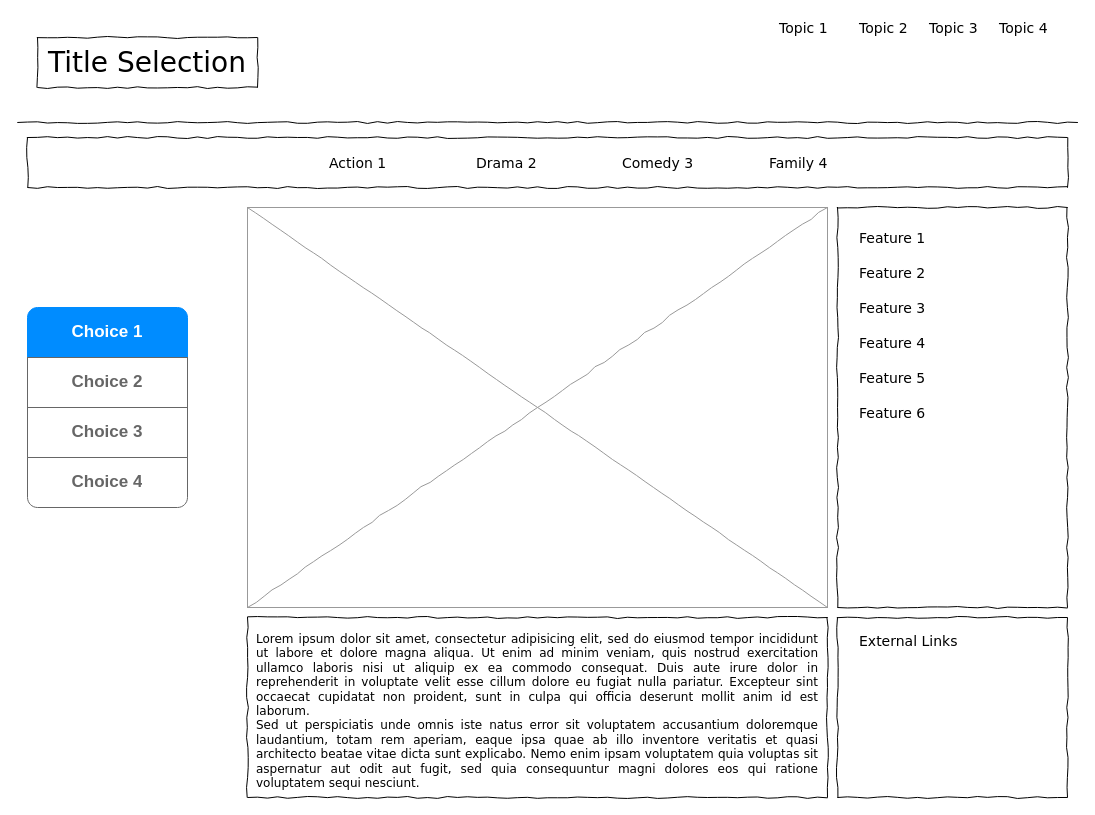
20MILLEGL/git-clone-https-github.com-scotch-io-scotch-box.git-my-project keeps this draw.io diagram as Untitled Diagram.drawio. Above is the earlier version. Source tidied: cells renumbered, new cells numbered last; positions are measured from the earlier drawing's top-left corner, leaving out a move shared by most shapes. Both pictures are drawn from the tidied source at 100%, with x=0, y=0 at pixel (17, 17).
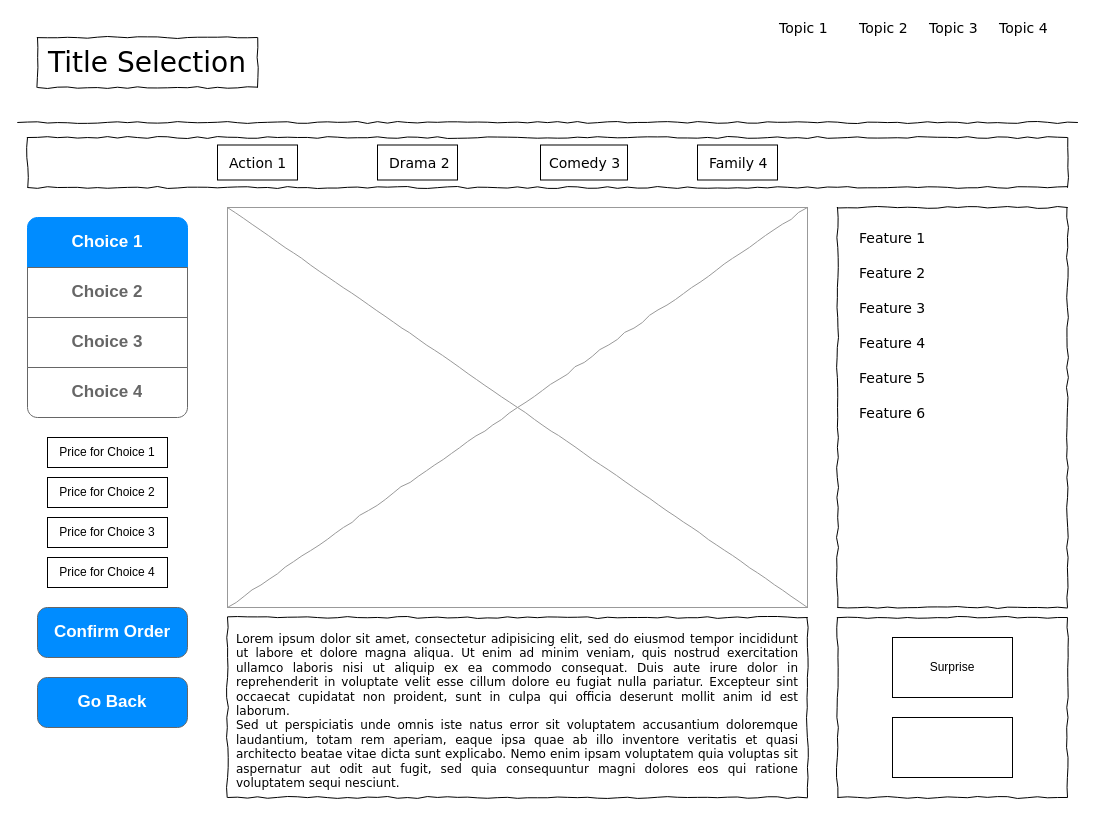
The same diagram, later.

Diff of the diagram source:
```diff
@@
-    <mxCell id="9" value="Action 1" style="text;html=1;align=left;verticalAlign=top;spacingTop=-4;fontSize=14;fontFamily=Verdana;" parent="1" vertex="1">
-      <mxGeometry x="310" y="135" width="60" height="20" as="geometry" />
-    </mxCell>
-    <mxCell id="10" value="Drama 2" style="text;html=1;align=left;verticalAlign=top;spacingTop=-4;fontSize=14;fontFamily=Verdana;" parent="1" vertex="1">
-      <mxGeometry x="457" y="135" width="60" height="20" as="geometry" />
-    </mxCell>
-    <mxCell id="11" value="Comedy 3" style="text;html=1;align=left;verticalAlign=top;spacingTop=-4;fontSize=14;fontFamily=Verdana;" parent="1" vertex="1">
-      <mxGeometry x="603" y="135" width="60" height="20" as="geometry" />
-    </mxCell>
-    <mxCell id="12" value="Family 4" style="text;html=1;align=left;verticalAlign=top;spacingTop=-4;fontSize=14;fontFamily=Verdana;" parent="1" vertex="1">
-      <mxGeometry x="750" y="135" width="60" height="20" as="geometry" />
-    </mxCell>
     <mxCell id="13" value="&lt;div style=&quot;text-align: justify&quot;&gt;&lt;span&gt;Lorem ipsum dolor sit amet, consectetur adipisicing elit, sed do eiusmod tempor incididunt ut labore et dolore magna aliqua. Ut enim ad minim veniam, quis nostrud exercitation ullamco laboris nisi ut aliquip ex ea commodo consequat. Duis aute irure dolor in reprehenderit in voluptate velit esse cillum dolore eu fugiat nulla pariatur. Excepteur sint occaecat cupidatat non proident, sunt in culpa qui officia deserunt mollit anim id est laborum.&lt;/span&gt;&lt;/div&gt;&lt;div style=&quot;text-align: justify&quot;&gt;&lt;span&gt;Sed ut perspiciatis unde omnis iste natus error sit voluptatem accusantium doloremque laudantium, totam rem aperiam, eaque ipsa quae ab illo inventore veritatis et quasi architecto beatae vitae dicta sunt explicabo. Nemo enim ipsam voluptatem quia voluptas sit aspernatur aut odit aut fugit, sed quia consequuntur magni dolores eos qui ratione voluptatem sequi nesciunt.&amp;nbsp;&lt;/span&gt;&lt;/div&gt;" style="whiteSpace=wrap;html=1;rounded=0;shadow=0;labelBackgroundColor=none;strokeWidth=1;fillColor=none;fontFamily=Verdana;fontSize=12;align=center;verticalAlign=top;spacing=10;comic=1;" parent="1" vertex="1">
-      <mxGeometry x="230" y="600" width="580" height="180" as="geometry" />
+      <mxGeometry x="210" y="600" width="580" height="180" as="geometry" />
     </mxCell>
     <mxCell id="14" style="verticalLabelPosition=bottom;shadow=0;dashed=0;align=center;html=1;verticalAlign=top;strokeWidth=1;shape=mxgraph.mockup.graphics.simpleIcon;strokeColor=#999999;rounded=0;labelBackgroundColor=none;fontFamily=Verdana;fontSize=14;fontColor=#000000;comic=1;" parent="1" vertex="1">
-      <mxGeometry x="230" y="190" width="580" height="400" as="geometry" />
+      <mxGeometry x="210" y="190" width="580" height="400" as="geometry" />
     </mxCell>
@@
-    <mxCell id="17" value="External Links" style="text;html=1;align=left;verticalAlign=top;spacingTop=-4;fontSize=14;fontFamily=Verdana;" parent="1" vertex="1">
-      <mxGeometry x="840" y="613" width="170" height="20" as="geometry" />
-    </mxCell>
@@
     <mxCell id="24" style="swimlane;shape=mxgraph.bootstrap.anchor;strokeColor=#666666;fillColor=#ffffff;fontColor=#666666;fontStyle=0;horizontal=1;startSize=0;whiteSpace=wrap;html=1;" parent="1" vertex="1">
-      <mxGeometry x="10" y="290" width="160" height="200" as="geometry" />
+      <mxGeometry x="10" y="200" width="160" height="200" as="geometry" />
     </mxCell>
@@
+    <mxCell id="29" value="Price for Choice 1" style="rounded=0;whiteSpace=wrap;html=1;" parent="1" vertex="1">
+      <mxGeometry x="30" y="420" width="120" height="30" as="geometry" />
+    </mxCell>
+    <mxCell id="30" value="Price for Choice 2" style="rounded=0;whiteSpace=wrap;html=1;" parent="1" vertex="1">
+      <mxGeometry x="30" y="460" width="120" height="30" as="geometry" />
+    </mxCell>
+    <mxCell id="31" value="Price for Choice 3" style="rounded=0;whiteSpace=wrap;html=1;" parent="1" vertex="1">
+      <mxGeometry x="30" y="500" width="120" height="30" as="geometry" />
+    </mxCell>
+    <mxCell id="32" value="Price for Choice 4" style="rounded=0;whiteSpace=wrap;html=1;" parent="1" vertex="1">
+      <mxGeometry x="30" y="540" width="120" height="30" as="geometry" />
+    </mxCell>
+    <mxCell id="33" style="rounded=0;whiteSpace=wrap;html=1;" parent="1" vertex="1">
+      <mxGeometry x="200" y="127.5" width="80" height="35" as="geometry" />
+    </mxCell>
+    <mxCell id="9" value="Action 1" style="text;html=1;align=left;verticalAlign=top;spacingTop=-4;fontSize=14;fontFamily=Verdana;" parent="1" vertex="1">
+      <mxGeometry x="210" y="135" width="70" height="5" as="geometry" />
+    </mxCell>
+    <mxCell id="34" style="rounded=0;whiteSpace=wrap;html=1;" parent="1" vertex="1">
+      <mxGeometry x="523" y="127.5" width="87" height="35" as="geometry" />
+    </mxCell>
+    <mxCell id="35" style="rounded=0;whiteSpace=wrap;html=1;" parent="1" vertex="1">
+      <mxGeometry x="680" y="127.5" width="80" height="35" as="geometry" />
+    </mxCell>
+    <mxCell id="36" style="rounded=0;whiteSpace=wrap;html=1;" parent="1" vertex="1">
+      <mxGeometry x="360" y="127.5" width="80" height="35" as="geometry" />
+    </mxCell>
+    <mxCell id="10" value="Drama 2" style="text;html=1;align=left;verticalAlign=top;spacingTop=-4;fontSize=14;fontFamily=Verdana;" parent="1" vertex="1">
+      <mxGeometry x="370" y="135" width="60" height="20" as="geometry" />
+    </mxCell>
+    <mxCell id="11" value="Comedy 3" style="text;html=1;align=left;verticalAlign=top;spacingTop=-4;fontSize=14;fontFamily=Verdana;" parent="1" vertex="1">
+      <mxGeometry x="530" y="135" width="60" height="20" as="geometry" />
+    </mxCell>
+    <mxCell id="12" value="Family 4" style="text;html=1;align=left;verticalAlign=top;spacingTop=-4;fontSize=14;fontFamily=Verdana;" parent="1" vertex="1">
+      <mxGeometry x="690" y="135" width="60" height="20" as="geometry" />
+    </mxCell>
+    <mxCell id="37" value="Confirm Order" style="strokeWidth=1;shadow=0;dashed=0;align=center;html=1;shape=mxgraph.mockup.buttons.button;strokeColor=#666666;fontColor=#ffffff;mainText=;buttonStyle=round;fontSize=17;fontStyle=1;fillColor=#008cff;whiteSpace=wrap;" parent="1" vertex="1">
+      <mxGeometry x="20" y="590" width="150" height="50" as="geometry" />
+    </mxCell>
+    <mxCell id="38" value="Go Back" style="strokeWidth=1;shadow=0;dashed=0;align=center;html=1;shape=mxgraph.mockup.buttons.button;strokeColor=#666666;fontColor=#ffffff;mainText=;buttonStyle=round;fontSize=17;fontStyle=1;fillColor=#008cff;whiteSpace=wrap;" parent="1" vertex="1">
+      <mxGeometry x="20" y="660" width="150" height="50" as="geometry" />
+    </mxCell>
+    <mxCell id="39" value="Surprise" style="rounded=0;whiteSpace=wrap;html=1;" parent="1" vertex="1">
+      <mxGeometry x="875" y="620" width="120" height="60" as="geometry" />
+    </mxCell>
+    <mxCell id="40" style="rounded=0;whiteSpace=wrap;html=1;" parent="1" vertex="1">
+      <mxGeometry x="875" y="700" width="120" height="60" as="geometry" />
+    </mxCell>
```
